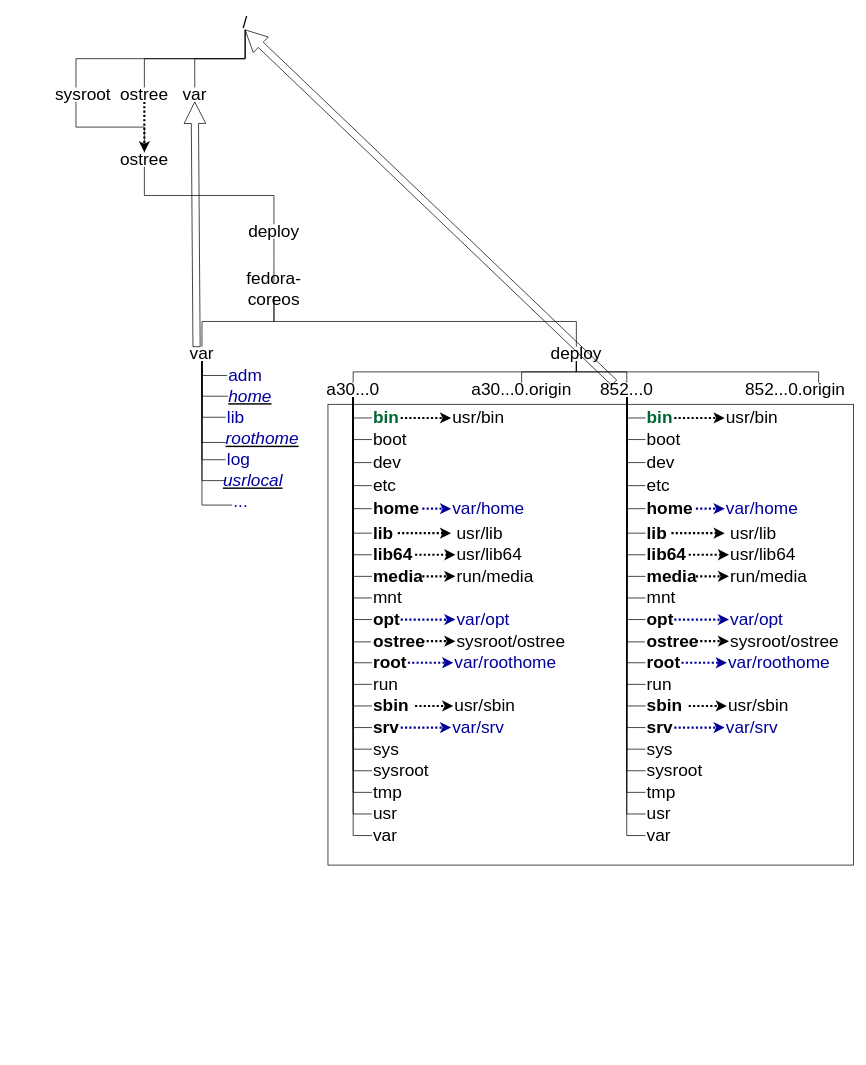
kafnevod/ALT-CoreOs keeps this draw.io diagram as Fedora-CoreOs/ostree/Images/stateroot.drawio. Above is the earlier version. Source tidied: cells renumbered, new cells numbered last; positions are measured from the earlier drawing's top-left corner, leaving out a move shared by most shapes. Both pictures are drawn from the tidied source at 72%, with x=0, y=0 at pixel (68, 15).
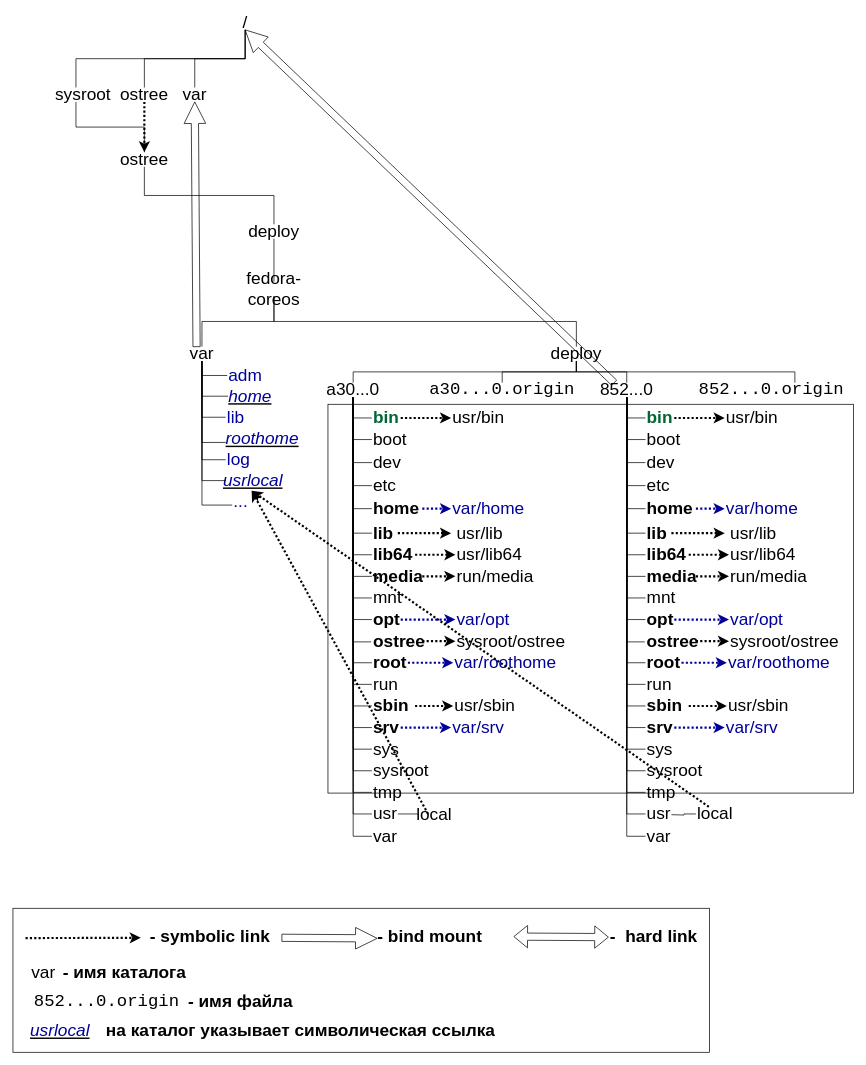
After the change.

Unchanged cells that the change refers to:
```xml
<mxCell id="22" value="&lt;span style=&quot;font-size: 24px&quot;&gt;&lt;font color=&quot;#000099&quot;&gt;...&lt;/font&gt;&lt;/span&gt;" style="text;html=1;strokeColor=none;fillColor=none;align=left;verticalAlign=middle;whiteSpace=wrap;rounded=0;" parent="1" vertex="1">
  <mxGeometry x="227" y="660" width="36" height="30" as="geometry" />
</mxCell>
<mxCell id="52" value="&lt;span style=&quot;font-size: 24px&quot;&gt;usr&lt;/span&gt;" style="text;html=1;strokeColor=none;fillColor=none;align=left;verticalAlign=middle;whiteSpace=wrap;rounded=0;" parent="1" vertex="1">
  <mxGeometry x="421" y="1099" width="36" height="20" as="geometry" />
</mxCell>
```

Diff of the diagram source:
```diff
@@
     <mxCell id="2" style="rounded=0;whiteSpace=wrap;html=1;strokeWidth=1;fillColor=none;" parent="1" vertex="1">
-      <mxGeometry x="360" y="540" width="730" height="640" as="geometry" />
+      <mxGeometry x="360" y="540" width="730" height="540" as="geometry" />
     </mxCell>
@@
-    <mxCell id="31" value="&lt;font style=&quot;font-size: 24px&quot;&gt;a30...0.origin&lt;/font&gt;" style="text;html=1;strokeColor=none;fillColor=none;align=center;verticalAlign=middle;whiteSpace=wrap;rounded=0;" parent="1" vertex="1">
-      <mxGeometry x="564" y="510" width="130" height="20" as="geometry" />
+    <mxCell id="31" value="&lt;font style=&quot;font-size: 24px&quot; face=&quot;Courier New&quot;&gt;a30...0.origin&lt;/font&gt;" style="text;html=1;strokeColor=none;fillColor=none;align=center;verticalAlign=middle;whiteSpace=wrap;rounded=0;" parent="1" vertex="1">
+      <mxGeometry x="537" y="510" width="130" height="20" as="geometry" />
     </mxCell>
@@
     <mxCell id="53" value="&lt;span style=&quot;font-size: 24px&quot;&gt;var&lt;/span&gt;" style="text;html=1;strokeColor=none;fillColor=none;align=left;verticalAlign=middle;whiteSpace=wrap;rounded=0;" parent="1" vertex="1">
-      <mxGeometry x="421" y="1129" width="36" height="20" as="geometry" />
+      <mxGeometry x="421" y="1130" width="36" height="20" as="geometry" />
     </mxCell>
@@
-    <mxCell id="96" value="&lt;font style=&quot;font-size: 24px&quot;&gt;852...0.origin&lt;/font&gt;" style="text;html=1;strokeColor=none;fillColor=none;align=center;verticalAlign=middle;whiteSpace=wrap;rounded=0;" parent="1" vertex="1">
-      <mxGeometry x="944" y="510" width="130" height="20" as="geometry" />
+    <mxCell id="96" value="&lt;font style=&quot;font-size: 24px&quot; face=&quot;Courier New&quot;&gt;852...0.origin&lt;/font&gt;" style="text;html=1;strokeColor=none;fillColor=none;align=center;verticalAlign=middle;whiteSpace=wrap;rounded=0;" parent="1" vertex="1">
+      <mxGeometry x="911" y="510" width="130" height="20" as="geometry" />
     </mxCell>
@@
     <mxCell id="116" value="&lt;span style=&quot;font-size: 24px&quot;&gt;var&lt;/span&gt;" style="text;html=1;strokeColor=none;fillColor=none;align=left;verticalAlign=middle;whiteSpace=wrap;rounded=0;" parent="1" vertex="1">
-      <mxGeometry x="801" y="1129" width="36" height="20" as="geometry" />
+      <mxGeometry x="801" y="1130" width="36" height="20" as="geometry" />
     </mxCell>
@@
+    <mxCell id="166" style="endArrow=classic;html=1;shadow=0;dashed=1;dashPattern=1 1;strokeWidth=3;" parent="1" edge="1">
+      <mxGeometry relative="1" as="geometry">
+        <mxPoint x="-60" y="1281.4" as="sourcePoint" />
+        <mxPoint x="100" y="1281" as="targetPoint" />
+      </mxGeometry>
+    </mxCell>
+    <mxCell id="167" style="shape=flexArrow;endArrow=classic;startArrow=classic;html=1;shadow=0;strokeColor=#000000;strokeWidth=1;entryX=0.003;entryY=0.448;entryDx=0;entryDy=0;entryPerimeter=0;exitX=1.005;exitY=0.446;exitDx=0;exitDy=0;exitPerimeter=0;" parent="1" edge="1">
+      <mxGeometry relative="1" as="geometry">
+        <mxPoint x="617.7" y="1279.3" as="sourcePoint" />
+        <mxPoint x="750" y="1280.1" as="targetPoint" />
+      </mxGeometry>
+    </mxCell>
+    <mxCell id="168" value="&lt;span style=&quot;font-size: 24px&quot;&gt;&lt;b&gt;- symbolic link&lt;/b&gt;&lt;/span&gt;" style="text;html=1;strokeColor=none;fillColor=none;align=left;verticalAlign=middle;whiteSpace=wrap;rounded=0;" parent="1" vertex="1">
+      <mxGeometry x="111" y="1270" width="169" height="20" as="geometry" />
+    </mxCell>
+    <mxCell id="169" value="&lt;font style=&quot;font-size: 24px&quot;&gt;&lt;b&gt;-&amp;nbsp; hard link&lt;/b&gt;&lt;/font&gt;" style="text;html=1;strokeColor=none;fillColor=none;align=left;verticalAlign=middle;whiteSpace=wrap;rounded=0;" parent="1" vertex="1">
+      <mxGeometry x="750" y="1270" width="140" height="20" as="geometry" />
+    </mxCell>
+    <mxCell id="170" value="&lt;font style=&quot;font-size: 24px&quot;&gt;var&lt;/font&gt;" style="text;html=1;strokeColor=none;fillColor=none;align=center;verticalAlign=middle;whiteSpace=wrap;rounded=0;" parent="1" vertex="1">
+      <mxGeometry x="-50" y="1320" width="30" height="20" as="geometry" />
+    </mxCell>
+    <mxCell id="171" value="&lt;font style=&quot;font-size: 24px&quot;&gt;&lt;b&gt;- имя каталога&lt;/b&gt;&lt;/font&gt;" style="text;html=1;strokeColor=none;fillColor=none;align=left;verticalAlign=middle;whiteSpace=wrap;rounded=0;" parent="1" vertex="1">
+      <mxGeometry x="-10" y="1320" width="210" height="20" as="geometry" />
+    </mxCell>
+    <mxCell id="172" value="&lt;span style=&quot;font-family: &amp;#34;courier new&amp;#34; ; font-size: 24px ; text-align: center&quot;&gt;852...0.origin&lt;/span&gt;" style="text;html=1;strokeColor=none;fillColor=none;align=left;verticalAlign=middle;whiteSpace=wrap;rounded=0;" parent="1" vertex="1">
+      <mxGeometry x="-50" y="1360" width="230" height="20" as="geometry" />
+    </mxCell>
+    <mxCell id="173" value="&lt;font style=&quot;font-size: 24px&quot;&gt;&lt;b&gt;- имя файла&lt;/b&gt;&lt;/font&gt;" style="text;html=1;strokeColor=none;fillColor=none;align=left;verticalAlign=middle;whiteSpace=wrap;rounded=0;" parent="1" vertex="1">
+      <mxGeometry x="164" y="1360" width="210" height="20" as="geometry" />
+    </mxCell>
+    <mxCell id="174" value="&lt;span style=&quot;font-size: 24px&quot;&gt;&lt;u&gt;&lt;i&gt;&lt;font color=&quot;#000099&quot;&gt;usrlocal&lt;/font&gt;&lt;/i&gt;&lt;/u&gt;&lt;/span&gt;" style="text;html=1;strokeColor=none;fillColor=none;align=center;verticalAlign=middle;whiteSpace=wrap;rounded=0;" parent="1" vertex="1">
+      <mxGeometry x="-50" y="1400" width="76" height="20" as="geometry" />
+    </mxCell>
+    <mxCell id="175" value="&lt;span style=&quot;font-size: 24px&quot;&gt;&lt;b&gt;на каталог указывает символическая ссылка&lt;/b&gt;&lt;/span&gt;" style="text;html=1;strokeColor=none;fillColor=none;align=left;verticalAlign=middle;whiteSpace=wrap;rounded=0;" parent="1" vertex="1">
+      <mxGeometry x="50" y="1400" width="630" height="20" as="geometry" />
+    </mxCell>
+    <mxCell id="176" style="rounded=0;whiteSpace=wrap;html=1;strokeWidth=1;fillColor=none;" parent="1" vertex="1">
+      <mxGeometry x="-77.5" y="1240" width="967.5" height="200" as="geometry" />
+    </mxCell>
+    <mxCell id="177" style="shape=arrow;endArrow=classic;startArrow=classic;html=1;shadow=0;strokeColor=#000000;strokeWidth=1;entryX=0.003;entryY=0.448;entryDx=0;entryDy=0;entryPerimeter=0;exitX=1.005;exitY=0.446;exitDx=0;exitDy=0;exitPerimeter=0;" parent="1" edge="1">
+      <mxGeometry relative="1" as="geometry">
+        <mxPoint x="296" y="1281" as="sourcePoint" />
+        <mxPoint x="428.3" y="1281.8" as="targetPoint" />
+      </mxGeometry>
+    </mxCell>
+    <mxCell id="178" value="&lt;font style=&quot;font-size: 24px&quot;&gt;&lt;b&gt;- bind mount&lt;/b&gt;&lt;/font&gt;" style="text;html=1;strokeColor=none;fillColor=none;align=left;verticalAlign=middle;whiteSpace=wrap;rounded=0;" parent="1" vertex="1">
+      <mxGeometry x="427" y="1270" width="159" height="20" as="geometry" />
+    </mxCell>
+    <mxCell id="179" value="&lt;span style=&quot;font-size: 24px&quot;&gt;local&lt;/span&gt;" style="text;html=1;strokeColor=none;fillColor=none;align=left;verticalAlign=middle;whiteSpace=wrap;rounded=0;" parent="1" vertex="1">
+      <mxGeometry x="481" y="1109" width="36" as="geometry" />
+    </mxCell>
+    <mxCell id="180" value="&lt;span style=&quot;font-size: 24px&quot;&gt;local&lt;/span&gt;" style="text;html=1;strokeColor=none;fillColor=none;align=left;verticalAlign=middle;whiteSpace=wrap;rounded=0;" parent="1" vertex="1">
+      <mxGeometry x="871" y="1099" width="36" height="20" as="geometry" />
+    </mxCell>
+    <mxCell id="181" style="endArrow=none;html=1;entryX=0;entryY=0.5;entryDx=0;entryDy=0;exitX=1;exitY=0.75;exitDx=0;exitDy=0;edgeStyle=orthogonalEdgeStyle;rounded=0;" parent="1" edge="1" target="180">
+      <mxGeometry relative="1" as="geometry">
+        <mxPoint x="837" y="1110" as="sourcePoint" />
+      </mxGeometry>
+    </mxCell>
+    <mxCell id="182" style="endArrow=none;html=1;exitX=1;exitY=0.5;exitDx=0;exitDy=0;" parent="1" edge="1" source="52">
+      <mxGeometry relative="1" as="geometry">
+        <mxPoint x="485" y="1109" as="targetPoint" />
+      </mxGeometry>
+    </mxCell>
+    <mxCell id="183" style="endArrow=classic;html=1;shadow=0;dashed=1;dashPattern=1 1;strokeWidth=3;entryX=0.75;entryY=0;entryDx=0;entryDy=0;exitX=0;exitY=0;exitDx=0;exitDy=0;" parent="1" edge="1" source="179" target="22">
+      <mxGeometry relative="1" as="geometry" />
+    </mxCell>
+    <mxCell id="184" style="endArrow=classic;html=1;shadow=0;dashed=1;dashPattern=1 1;strokeWidth=3;entryX=0.75;entryY=0;entryDx=0;entryDy=0;exitX=0.5;exitY=0;exitDx=0;exitDy=0;" parent="1" edge="1" source="180" target="22">
+      <mxGeometry relative="1" as="geometry" />
+    </mxCell>
```
